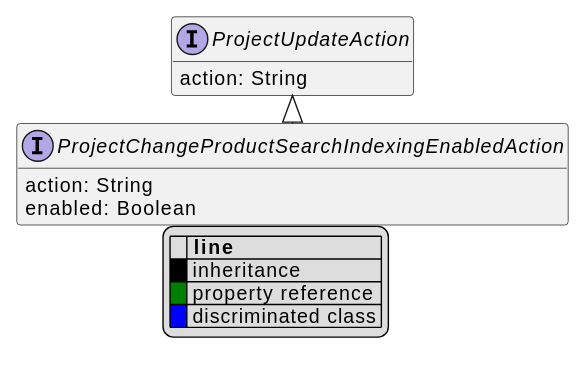
commercetools/commercetools-api-reference keeps this PlantUML diagram as uml/api/svg/ProjectChangeProductSearchIndexingEnabledAction.svg. Above is the earlier version. Source of this version:
```plantuml
@startuml
!pragma layout elk
hide empty fields
hide empty methods
legend
|= |= line |
|<back:black>   </back>| inheritance |
|<back:green>   </back>| property reference |
|<back:blue>   </back>| discriminated class |
endlegend
interface ProjectChangeProductSearchIndexingEnabledAction [[ProjectChangeProductSearchIndexingEnabledAction.svg]] extends ProjectUpdateAction {
    action: String
    enabled: Boolean
}
interface ProjectUpdateAction [[ProjectUpdateAction.svg]]  {
    action: String
}





@enduml
```
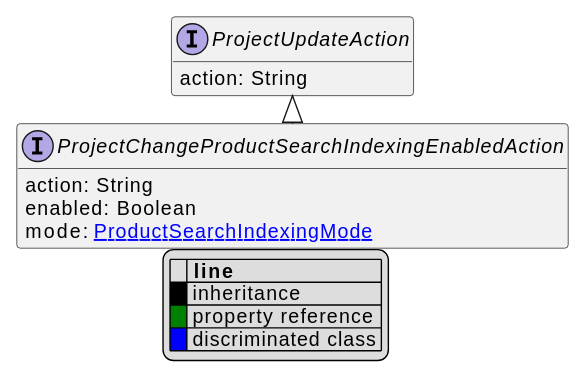
Above is the later version.

Diff of the diagram source:
```diff
@@ -11,6 +11,7 @@
 interface ProjectChangeProductSearchIndexingEnabledAction [[ProjectChangeProductSearchIndexingEnabledAction.svg]] extends ProjectUpdateAction {
     action: String
     enabled: Boolean
+    mode: [[ProductSearchIndexingMode.svg ProductSearchIndexingMode]]
 }
 interface ProjectUpdateAction [[ProjectUpdateAction.svg]]  {
     action: String
```
